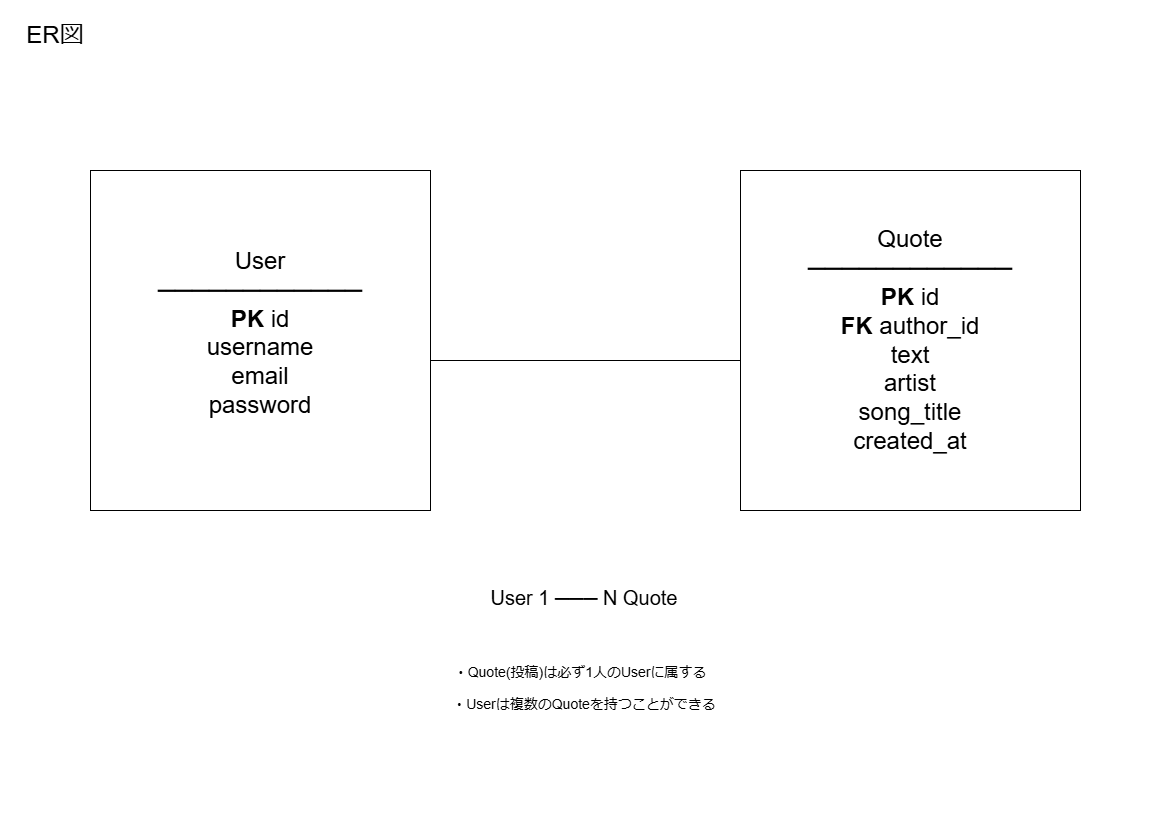
Earlier version of the draw.io export docs/one_line_lyrics_er.drawio.png (DAYAN0707/one-line-lyrics). Source tidied: cells renumbered, new cells last; positions are measured from the earlier drawing's top-left corner, leaving out a move shared by most shapes.
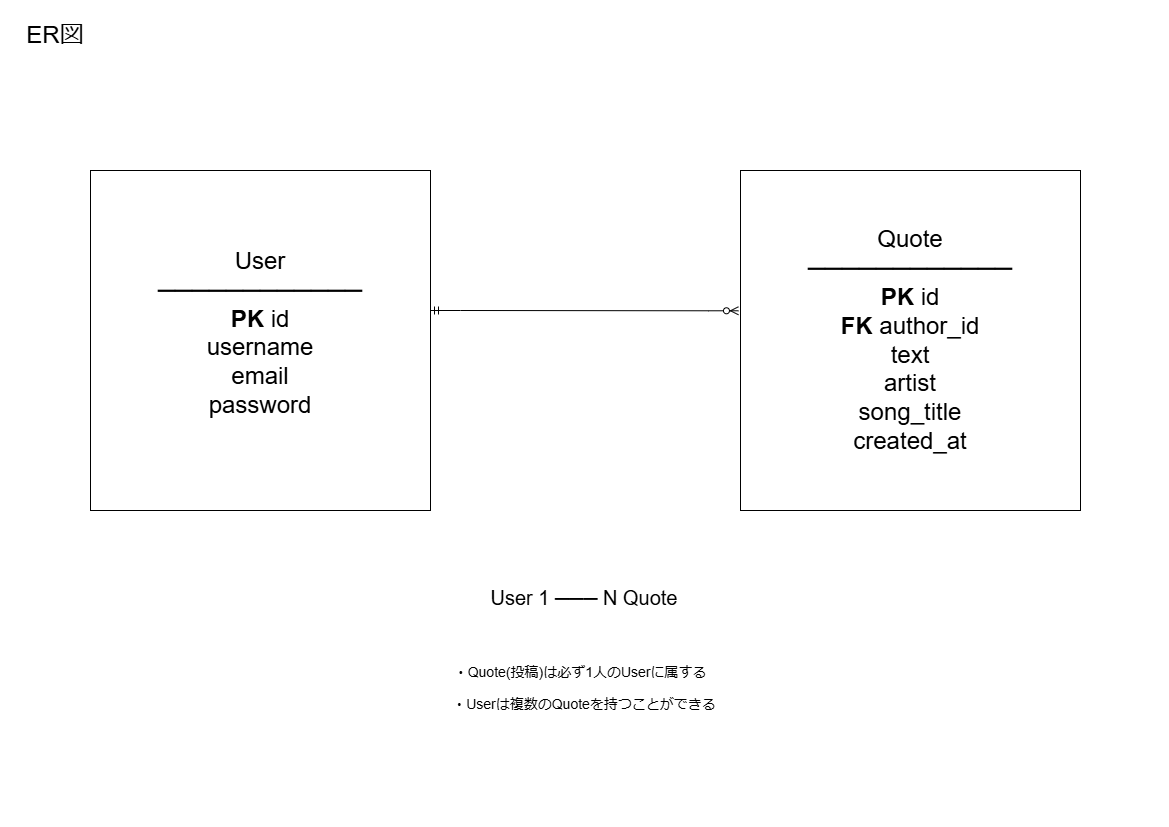
The same diagram one commit later.

Commit message:
ER図をIE記法にブラッシュアップ

The edit, as a diff of the source:
```diff
@@ -11,17 +11,17 @@
     <mxCell id="4" value="&lt;font style=&quot;font-size: 24px;&quot;&gt;ER図&lt;/font&gt;" style="text;html=1;whiteSpace=wrap;strokeColor=none;fillColor=none;align=center;verticalAlign=middle;rounded=0;" parent="1" vertex="1">
       <mxGeometry width="90" height="50" as="geometry" />
     </mxCell>
-    <mxCell id="5" style="endArrow=none;html=1;rounded=0;" parent="1" edge="1">
-      <mxGeometry relative="1" as="geometry">
-        <mxPoint x="410" y="350" as="sourcePoint" />
-        <mxPoint x="740" y="350" as="targetPoint" />
-      </mxGeometry>
-    </mxCell>
     <mxCell id="6" value="&lt;div&gt;&lt;div&gt;&lt;font style=&quot;font-size: 24px;&quot;&gt;User&lt;/font&gt;&lt;/div&gt;&lt;div&gt;&lt;font style=&quot;font-size: 24px;&quot;&gt;────────────&lt;/font&gt;&lt;/div&gt;&lt;div&gt;&lt;font style=&quot;font-size: 24px;&quot;&gt;&lt;b&gt;PK&lt;/b&gt;&amp;nbsp;id&lt;/font&gt;&lt;/div&gt;&lt;div&gt;&lt;font style=&quot;font-size: 24px;&quot;&gt;username&lt;/font&gt;&lt;/div&gt;&lt;div&gt;&lt;font style=&quot;font-size: 24px;&quot;&gt;email&lt;/font&gt;&lt;/div&gt;&lt;div&gt;&lt;font style=&quot;font-size: 24px;&quot;&gt;password&lt;/font&gt;&lt;/div&gt;&lt;/div&gt;&lt;div&gt;&lt;br&gt;&lt;/div&gt;" style="whiteSpace=wrap;html=1;" parent="1" vertex="1">
       <mxGeometry x="80" y="160" width="340" height="340" as="geometry" />
     </mxCell>
     <mxCell id="7" value="&lt;font style=&quot;font-size: 24px;&quot;&gt;Quote&lt;/font&gt;&lt;br&gt;&lt;font style=&quot;font-size: 24px;&quot;&gt;────────────&lt;br&gt;&lt;b&gt;PK&lt;/b&gt;&amp;nbsp;id&lt;br&gt;&lt;/font&gt;&lt;font style=&quot;font-size: 24px;&quot;&gt;&lt;b&gt;FK&lt;/b&gt;&amp;nbsp;author_id&lt;/font&gt;&lt;br&gt;&lt;font style=&quot;font-size: 24px;&quot;&gt;text&lt;br&gt;artist&lt;br&gt;song_title&lt;br&gt;created_at&lt;/font&gt;" style="whiteSpace=wrap;html=1;" parent="1" vertex="1">
       <mxGeometry x="730" y="160" width="340" height="340" as="geometry" />
     </mxCell>
+    <mxCell id="8" style="edgeStyle=entityRelationEdgeStyle;fontSize=12;html=1;endArrow=ERzeroToMany;startArrow=ERmandOne;rounded=0;entryX=-0.006;entryY=0.442;entryDx=0;entryDy=0;entryPerimeter=0;" parent="1" edge="1">
+      <mxGeometry relative="1" as="geometry">
+        <mxPoint x="420" y="300" as="sourcePoint" />
+        <mxPoint x="728" y="300.3" as="targetPoint" />
+      </mxGeometry>
+    </mxCell>
   </root>
 </mxGraphModel>
```
